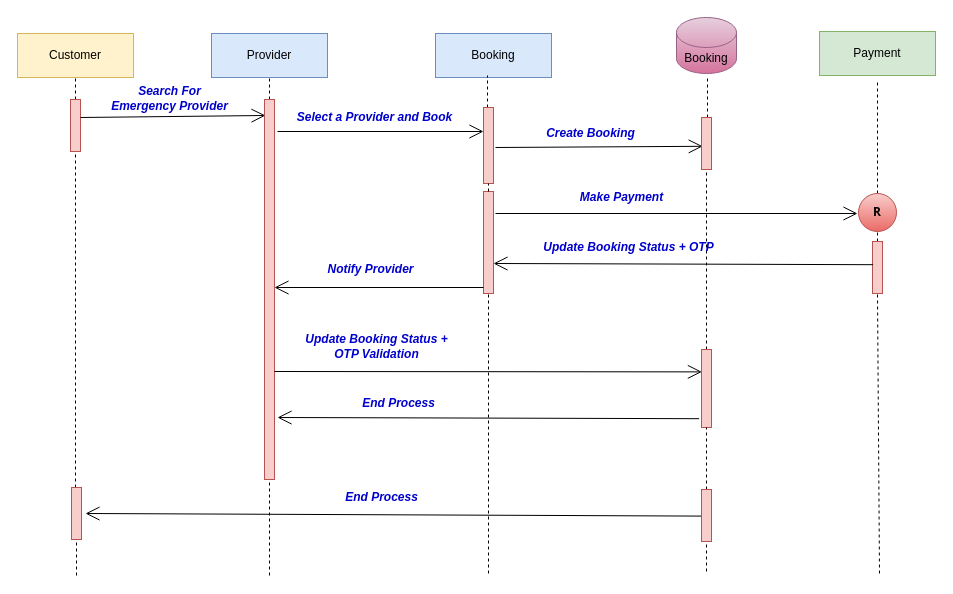
This is page "Emergency Journey" (3 of 3) of HLS.-Design.drawio from CrossDimension-LLP/sosh-HLS-designs, a draw.io file, before an edit. Source tidied: cells renumbered, new cells numbered last; positions are measured from the earlier drawing's top-left corner, leaving out a move shared by most shapes. Both pictures are drawn from the tidied source at 100%, with x=0, y=0 at pixel (17, 17).
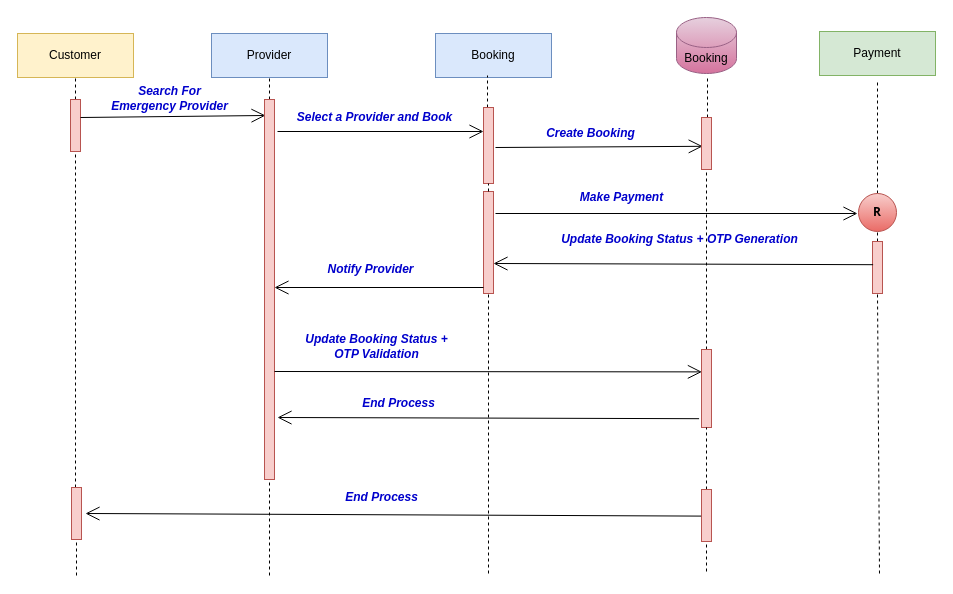
The same page after the edit.

What changed in the source:
```diff
@@
-    <mxCell id="35" value="&lt;b&gt;&lt;i&gt;Update Booking Status + OTP&lt;/i&gt;&lt;/b&gt;" style="text;html=1;align=center;verticalAlign=middle;strokeColor=none;fillColor=none;fontColor=#0000CC;" parent="1" vertex="1">
-      <mxGeometry x="516" y="216" width="190" height="28" as="geometry" />
+    <mxCell id="35" value="&lt;b&gt;&lt;i&gt;Update Booking Status + OTP Generation&lt;/i&gt;&lt;/b&gt;" style="text;html=1;align=center;verticalAlign=middle;strokeColor=none;fillColor=none;fontColor=#0000CC;" parent="1" vertex="1">
+      <mxGeometry x="534" y="208" width="256" height="28" as="geometry" />
     </mxCell>
```
